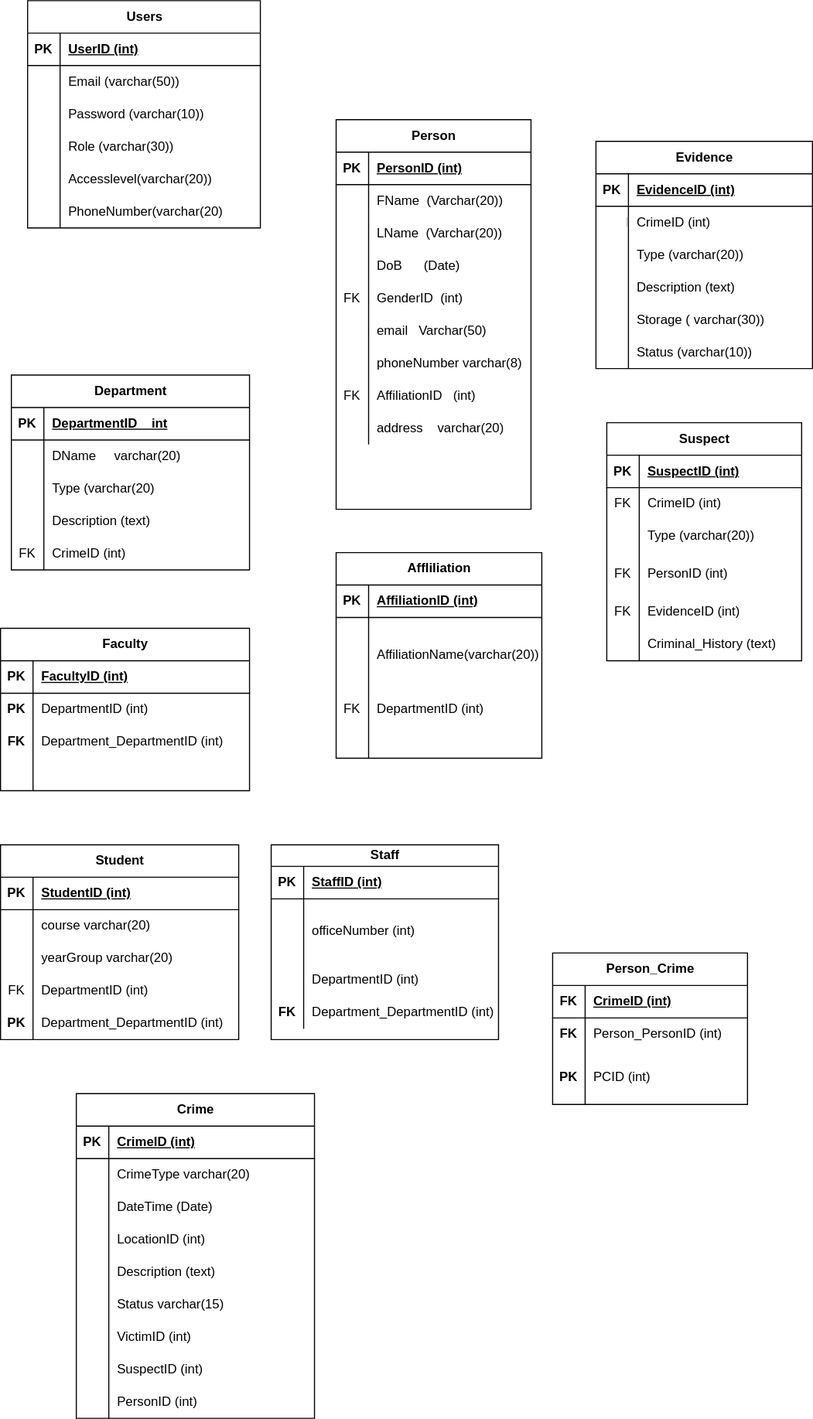
Priscile2/Diagrams keeps this draw.io diagram as Untitled Diagram.drawio.svg. Above is the earlier version. Source tidied: cells renumbered, new cells last; positions are measured from the earlier drawing's top-left corner, leaving out a move shared by most shapes.
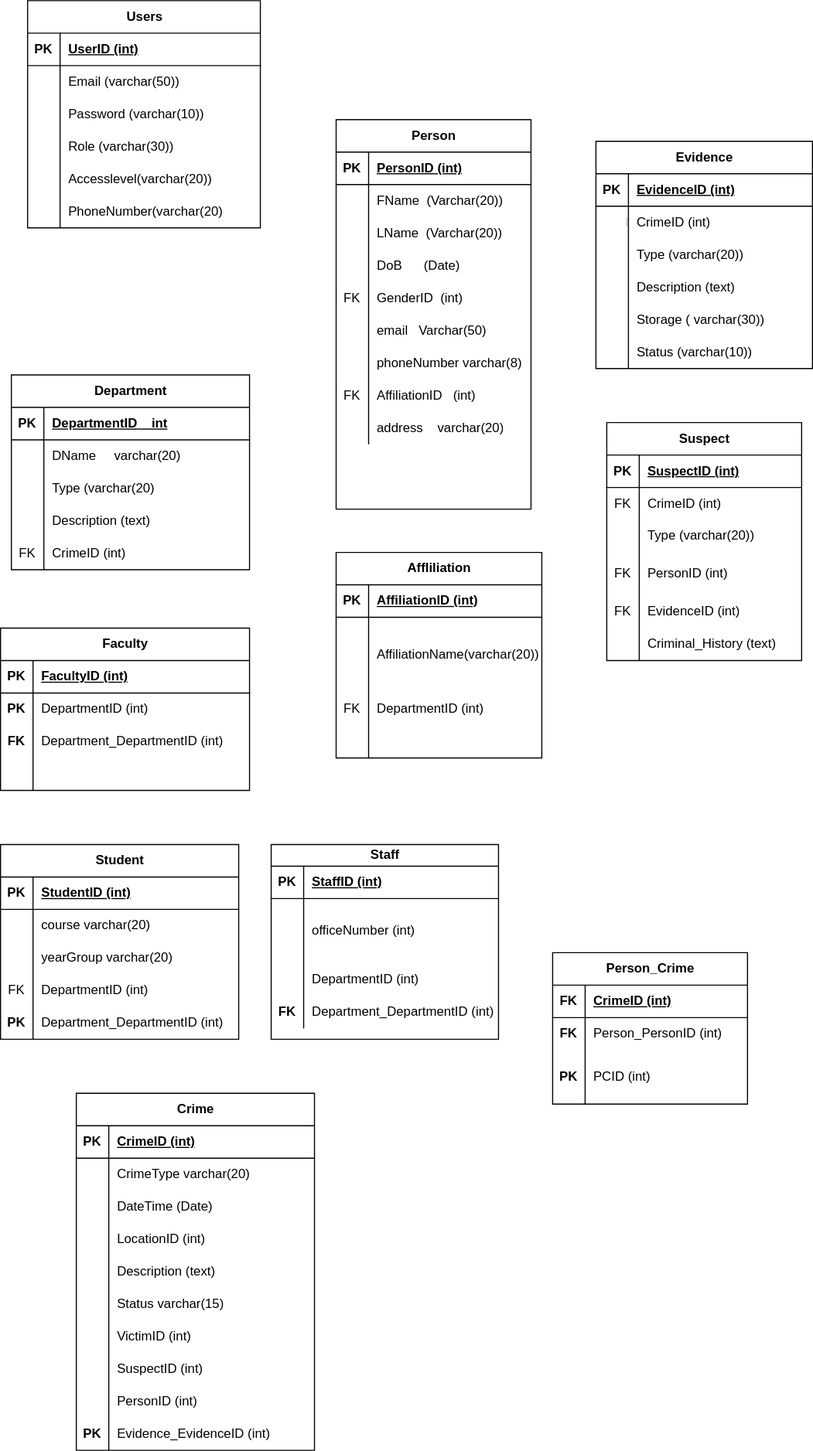
The same diagram one commit later.

Diff of the diagram source:
```diff
@@ -501,7 +501,7 @@
       <mxGeometry x="30" width="185" height="30" as="geometry" />
     </mxCell>
     <mxCell id="168" value="Crime" style="shape=table;startSize=30;rowLines=0;fontStyle=1;align=center;html=1;" parent="1" vertex="1">
-      <mxGeometry x="70" y="1010" width="220" height="300" as="geometry" />
+      <mxGeometry x="70" y="1010" width="220" height="330" as="geometry" />
     </mxCell>
     <mxCell id="169" style="shape=tableRow;horizontal=0;startSize=0;swimlaneHead=0;swimlaneBody=0;fillColor=none;top=0;left=0;right=0;bottom=1;" parent="168" vertex="1">
       <mxGeometry y="30" width="220" height="30" as="geometry" />
@@ -584,5 +584,14 @@
     <mxCell id="195" value="PersonID (int)" style="shape=partialRectangle;fillColor=none;top=0;left=0;bottom=0;right=0;align=left;spacingLeft=6;overflow=hidden;whiteSpace=wrap;html=1;" parent="193" vertex="1">
       <mxGeometry x="30" width="190" height="30" as="geometry" />
     </mxCell>
+    <mxCell id="196" style="shape=tableRow;horizontal=0;startSize=0;swimlaneHead=0;swimlaneBody=0;fillColor=none;top=0;left=0;right=0;bottom=0;" parent="168" vertex="1">
+      <mxGeometry y="300" width="220" height="30" as="geometry" />
+    </mxCell>
+    <mxCell id="197" value="&lt;b&gt;PK&lt;/b&gt;" style="shape=partialRectangle;fillColor=none;top=0;left=0;bottom=0;right=0;overflow=hidden;whiteSpace=wrap;html=1;" parent="196" vertex="1">
+      <mxGeometry width="30" height="30" as="geometry" />
+    </mxCell>
+    <mxCell id="198" value="Evidence_EvidenceID (int)" style="shape=partialRectangle;fillColor=none;top=0;left=0;bottom=0;right=0;align=left;spacingLeft=6;overflow=hidden;whiteSpace=wrap;html=1;" parent="196" vertex="1">
+      <mxGeometry x="30" width="190" height="30" as="geometry" />
+    </mxCell>
   </root>
 </mxGraphModel>
```
